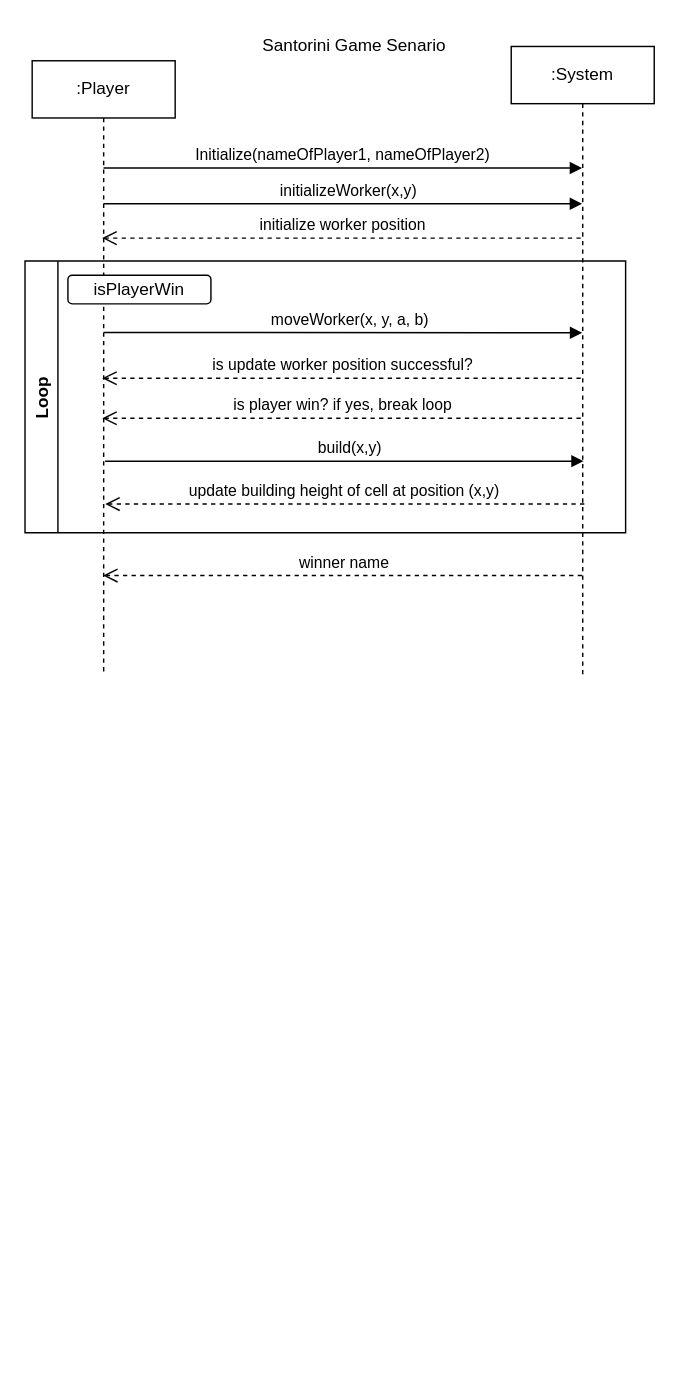
The draw.io diagram Sequence Diagram.drawio in RozayC/test, before the edit. Source tidied: cells renumbered, new cells numbered last; positions are measured from the earlier drawing's top-left corner, leaving out a move shared by most shapes. Both pictures are drawn from the tidied source at 143%, with x=0, y=0 at pixel (24, 31).
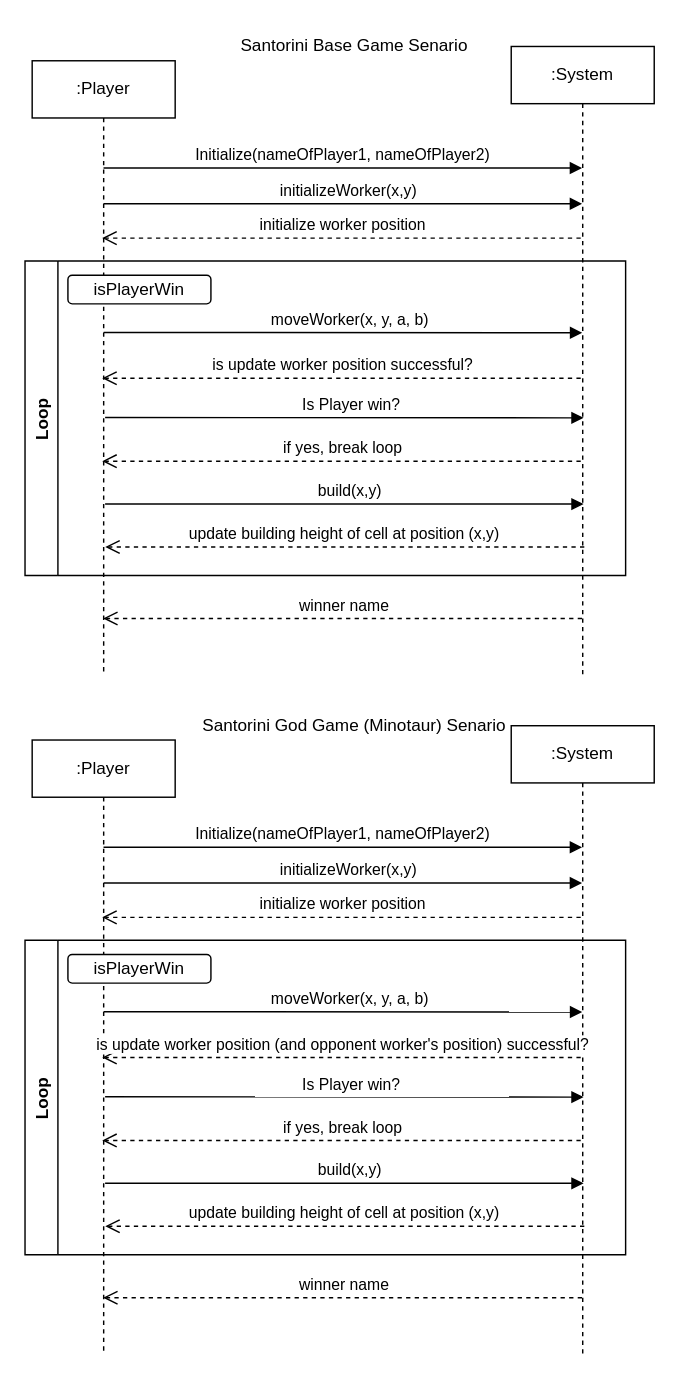
Above is the later version.

The edit, as a diff of the source:
```diff
@@
-    <mxCell id="5" value="Santorini Game Senario" style="text;html=1;align=center;verticalAlign=middle;fillColor=none;strokeColor=none;rounded=0;" parent="1" vertex="1">
-      <mxGeometry x="160" width="140" height="20" as="geometry" />
+    <mxCell id="5" value="Santorini Base Game Senario" style="text;html=1;align=center;verticalAlign=middle;fillColor=none;strokeColor=none;rounded=0;" parent="1" vertex="1">
+      <mxGeometry x="140" y="-5" width="180" height="30" as="geometry" />
     </mxCell>
@@
     <mxCell id="7" value="Loop" style="swimlane;horizontal=0;" parent="1" vertex="1">
-      <mxGeometry y="160" width="420" height="190" as="geometry" />
+      <mxGeometry y="160" width="420" height="220" as="geometry" />
     </mxCell>
@@
     <mxCell id="9" value="build(x,y)" style="html=1;verticalAlign=bottom;endArrow=block;edgeStyle=elbowEdgeStyle;elbow=vertical;curved=0;rounded=0;" parent="7" edge="1">
       <mxGeometry x="0.02" relative="1" as="geometry">
-        <mxPoint x="56" y="140" as="sourcePoint" />
-        <mxPoint x="390.6" y="140" as="targetPoint" />
+        <mxPoint x="56" y="170" as="sourcePoint" />
+        <mxPoint x="390.6" y="170" as="targetPoint" />
         <Array as="points">
-          <mxPoint x="221.1" y="140" />
+          <mxPoint x="221.1" y="170" />
         </Array>
       </mxGeometry>
     </mxCell>
     <mxCell id="10" value="update building height of cell at position (x,y)" style="html=1;verticalAlign=bottom;endArrow=open;dashed=1;endSize=8;edgeStyle=elbowEdgeStyle;elbow=vertical;curved=0;rounded=0;" parent="7" edge="1">
       <mxGeometry relative="1" as="geometry">
-        <mxPoint x="391.1" y="170" as="sourcePoint" />
-        <mxPoint x="56.1" y="170" as="targetPoint" />
+        <mxPoint x="391.1" y="200" as="sourcePoint" />
+        <mxPoint x="56.1" y="200" as="targetPoint" />
         <Array as="points">
+          <mxPoint x="361.1" y="200" />
           <mxPoint x="361.1" y="170" />
-          <mxPoint x="361.1" y="140" />
-          <mxPoint x="371.1" y="130" />
-          <mxPoint x="171.1" y="177" />
-          <mxPoint x="236.1" y="177" />
+          <mxPoint x="371.1" y="160" />
+          <mxPoint x="171.1" y="207" />
+          <mxPoint x="236.1" y="207" />
         </Array>
       </mxGeometry>
     </mxCell>
@@
-    <mxCell id="13" value="is player win? if yes, break loop" style="html=1;verticalAlign=bottom;endArrow=open;dashed=1;endSize=8;edgeStyle=elbowEdgeStyle;elbow=vertical;curved=0;rounded=0;" parent="7" edge="1">
+    <mxCell id="13" value="if yes, break loop" style="html=1;verticalAlign=bottom;endArrow=open;dashed=1;endSize=8;edgeStyle=elbowEdgeStyle;elbow=vertical;curved=0;rounded=0;" parent="7" edge="1">
       <mxGeometry relative="1" as="geometry">
-        <mxPoint x="388.6" y="110" as="sourcePoint" />
-        <mxPoint x="54" y="110" as="targetPoint" />
+        <mxPoint x="388.6" y="140" as="sourcePoint" />
+        <mxPoint x="54" y="140" as="targetPoint" />
         <Array as="points">
-          <mxPoint x="119.1" y="110" />
-          <mxPoint x="319.1" y="80" />
-          <mxPoint x="109.1" y="80" />
-          <mxPoint x="369.1" y="53" />
-          <mxPoint x="169.1" y="100" />
-          <mxPoint x="234.1" y="100" />
+          <mxPoint x="119.1" y="140" />
+          <mxPoint x="319.1" y="110" />
+          <mxPoint x="109.1" y="110" />
+          <mxPoint x="369.1" y="83" />
+          <mxPoint x="169.1" y="130" />
+          <mxPoint x="234.1" y="130" />
         </Array>
       </mxGeometry>
     </mxCell>
+    <mxCell id="16" value="Is Player win?" style="html=1;verticalAlign=bottom;endArrow=block;edgeStyle=elbowEdgeStyle;elbow=vertical;curved=0;rounded=0;exitX=0.499;exitY=0.563;exitDx=0;exitDy=0;exitPerimeter=0;" parent="7" edge="1">
+      <mxGeometry x="0.03" relative="1" as="geometry">
+        <mxPoint x="56" y="109.5" as="sourcePoint" />
+        <mxPoint x="390.6" y="109.7" as="targetPoint" />
+        <Array as="points">
+          <mxPoint x="101.1" y="109.7" />
+          <mxPoint x="91.1" y="109.7" />
+          <mxPoint x="121.1" y="79.7" />
+          <mxPoint x="91.1" y="79.7" />
+          <mxPoint x="341.1" y="49.7" />
+          <mxPoint x="171.1" y="49.7" />
+          <mxPoint x="226.1" y="39.7" />
+        </Array>
+      </mxGeometry>
+    </mxCell>
@@
     <mxCell id="15" value="winner name" style="html=1;verticalAlign=bottom;endArrow=open;dashed=1;endSize=8;edgeStyle=elbowEdgeStyle;elbow=vertical;curved=0;rounded=0;" parent="1" edge="1">
       <mxGeometry relative="1" as="geometry">
-        <mxPoint x="389.5" y="380" as="sourcePoint" />
-        <mxPoint x="54.6" y="380" as="targetPoint" />
+        <mxPoint x="389.5" y="410" as="sourcePoint" />
+        <mxPoint x="54.6" y="410" as="targetPoint" />
         <Array as="points">
-          <mxPoint x="170" y="380" />
-          <mxPoint x="225" y="400" />
-          <mxPoint x="175" y="390" />
-          <mxPoint x="110.1" y="380" />
-          <mxPoint x="310.1" y="350" />
-          <mxPoint x="100.1" y="350" />
-          <mxPoint x="360.1" y="323" />
-          <mxPoint x="160.1" y="370" />
-          <mxPoint x="225.1" y="370" />
+          <mxPoint x="170" y="410" />
+          <mxPoint x="225" y="430" />
+          <mxPoint x="175" y="420" />
+          <mxPoint x="110.1" y="410" />
+          <mxPoint x="310.1" y="380" />
+          <mxPoint x="100.1" y="380" />
+          <mxPoint x="360.1" y="353" />
+          <mxPoint x="160.1" y="400" />
+          <mxPoint x="225.1" y="400" />
         </Array>
       </mxGeometry>
     </mxCell>
+    <mxCell id="17" value=":Player" style="shape=umlLifeline;perimeter=lifelinePerimeter;whiteSpace=wrap;html=1;newEdgeStyle={&quot;edgeStyle&quot;:&quot;elbowEdgeStyle&quot;,&quot;elbow&quot;:&quot;vertical&quot;,&quot;curved&quot;:0,&quot;rounded&quot;:0};" parent="1" vertex="1">
+      <mxGeometry x="5" y="495" width="100" height="430" as="geometry" />
+    </mxCell>
+    <mxCell id="18" value=":System" style="shape=umlLifeline;perimeter=lifelinePerimeter;whiteSpace=wrap;html=1;newEdgeStyle={&quot;edgeStyle&quot;:&quot;elbowEdgeStyle&quot;,&quot;elbow&quot;:&quot;vertical&quot;,&quot;curved&quot;:0,&quot;rounded&quot;:0};" parent="1" vertex="1">
+      <mxGeometry x="340" y="485" width="100" height="440" as="geometry" />
+    </mxCell>
+    <mxCell id="19" value="Initialize(nameOfPlayer1, nameOfPlayer2)" style="html=1;verticalAlign=bottom;endArrow=block;edgeStyle=elbowEdgeStyle;elbow=vertical;curved=0;rounded=0;" parent="1" edge="1">
+      <mxGeometry relative="1" as="geometry">
+        <mxPoint x="54.9" y="570" as="sourcePoint" />
+        <mxPoint x="389.5" y="570" as="targetPoint" />
+        <Array as="points">
+          <mxPoint x="225" y="570" />
+        </Array>
+      </mxGeometry>
+    </mxCell>
+    <mxCell id="20" value="Santorini God Game (Minotaur) Senario" style="text;html=1;align=center;verticalAlign=middle;fillColor=none;strokeColor=none;rounded=0;" parent="1" vertex="1">
+      <mxGeometry x="110" y="470" width="240" height="30" as="geometry" />
+    </mxCell>
+    <mxCell id="21" value="initializeWorker(x,y)" style="html=1;verticalAlign=bottom;endArrow=block;edgeStyle=elbowEdgeStyle;elbow=vertical;curved=0;rounded=0;" parent="1" edge="1">
+      <mxGeometry x="0.02" relative="1" as="geometry">
+        <mxPoint x="54.9" y="595" as="sourcePoint" />
+        <mxPoint x="389.5" y="595" as="targetPoint" />
+        <Array as="points">
+          <mxPoint x="225" y="595" />
+        </Array>
+      </mxGeometry>
+    </mxCell>
+    <mxCell id="22" value="Loop" style="swimlane;horizontal=0;" parent="1" vertex="1">
+      <mxGeometry y="635" width="420" height="220" as="geometry" />
+    </mxCell>
+    <mxCell id="23" value="isPlayerWin" style="rounded=1;whiteSpace=wrap;html=1;" parent="22" vertex="1">
+      <mxGeometry x="30" y="10" width="100" height="20" as="geometry" />
+    </mxCell>
+    <mxCell id="24" value="build(x,y)" style="html=1;verticalAlign=bottom;endArrow=block;edgeStyle=elbowEdgeStyle;elbow=vertical;curved=0;rounded=0;" parent="22" edge="1">
+      <mxGeometry x="0.02" relative="1" as="geometry">
+        <mxPoint x="56" y="170" as="sourcePoint" />
+        <mxPoint x="390.6" y="170" as="targetPoint" />
+        <Array as="points">
+          <mxPoint x="221.1" y="170" />
+        </Array>
+      </mxGeometry>
+    </mxCell>
+    <mxCell id="25" value="update building height of cell at position (x,y)" style="html=1;verticalAlign=bottom;endArrow=open;dashed=1;endSize=8;edgeStyle=elbowEdgeStyle;elbow=vertical;curved=0;rounded=0;" parent="22" edge="1">
+      <mxGeometry relative="1" as="geometry">
+        <mxPoint x="391.1" y="200" as="sourcePoint" />
+        <mxPoint x="56.1" y="200" as="targetPoint" />
+        <Array as="points">
+          <mxPoint x="361.1" y="200" />
+          <mxPoint x="361.1" y="170" />
+          <mxPoint x="371.1" y="160" />
+          <mxPoint x="171.1" y="207" />
+          <mxPoint x="236.1" y="207" />
+        </Array>
+      </mxGeometry>
+    </mxCell>
+    <mxCell id="26" value="moveWorker(x, y, a, b)" style="html=1;verticalAlign=bottom;endArrow=block;edgeStyle=elbowEdgeStyle;elbow=vertical;curved=0;rounded=0;exitX=0.499;exitY=0.563;exitDx=0;exitDy=0;exitPerimeter=0;" parent="22" edge="1">
+      <mxGeometry x="0.03" relative="1" as="geometry">
+        <mxPoint x="55" y="50" as="sourcePoint" />
+        <mxPoint x="389.6" y="50.2" as="targetPoint" />
+        <Array as="points">
+          <mxPoint x="100.1" y="50.2" />
+          <mxPoint x="90.1" y="50.2" />
+          <mxPoint x="120.1" y="20.2" />
+          <mxPoint x="90.1" y="20.2" />
+          <mxPoint x="340.1" y="-9.8" />
+          <mxPoint x="170.1" y="-9.8" />
+          <mxPoint x="225.1" y="-19.8" />
+        </Array>
+      </mxGeometry>
+    </mxCell>
+    <mxCell id="27" value="is update worker position (and opponent worker's position) successful?" style="html=1;verticalAlign=bottom;endArrow=open;dashed=1;endSize=8;edgeStyle=elbowEdgeStyle;elbow=vertical;curved=0;rounded=0;" parent="22" edge="1">
+      <mxGeometry relative="1" as="geometry">
+        <mxPoint x="388.6" y="82" as="sourcePoint" />
+        <mxPoint x="54" y="82" as="targetPoint" />
+        <Array as="points">
+          <mxPoint x="119.1" y="82" />
+          <mxPoint x="319.1" y="52" />
+          <mxPoint x="109.1" y="52" />
+          <mxPoint x="369.1" y="25" />
+          <mxPoint x="169.1" y="72" />
+          <mxPoint x="234.1" y="72" />
+        </Array>
+      </mxGeometry>
+    </mxCell>
+    <mxCell id="28" value="if yes, break loop" style="html=1;verticalAlign=bottom;endArrow=open;dashed=1;endSize=8;edgeStyle=elbowEdgeStyle;elbow=vertical;curved=0;rounded=0;" parent="22" edge="1">
+      <mxGeometry relative="1" as="geometry">
+        <mxPoint x="388.6" y="140" as="sourcePoint" />
+        <mxPoint x="54" y="140" as="targetPoint" />
+        <Array as="points">
+          <mxPoint x="119.1" y="140" />
+          <mxPoint x="319.1" y="110" />
+          <mxPoint x="109.1" y="110" />
+          <mxPoint x="369.1" y="83" />
+          <mxPoint x="169.1" y="130" />
+          <mxPoint x="234.1" y="130" />
+        </Array>
+      </mxGeometry>
+    </mxCell>
+    <mxCell id="29" value="Is Player win?" style="html=1;verticalAlign=bottom;endArrow=block;edgeStyle=elbowEdgeStyle;elbow=vertical;curved=0;rounded=0;exitX=0.499;exitY=0.563;exitDx=0;exitDy=0;exitPerimeter=0;" parent="22" edge="1">
+      <mxGeometry x="0.03" relative="1" as="geometry">
+        <mxPoint x="56" y="109.5" as="sourcePoint" />
+        <mxPoint x="390.6" y="109.7" as="targetPoint" />
+        <Array as="points">
+          <mxPoint x="101.1" y="109.7" />
+          <mxPoint x="91.1" y="109.7" />
+          <mxPoint x="121.1" y="79.7" />
+          <mxPoint x="91.1" y="79.7" />
+          <mxPoint x="341.1" y="49.7" />
+          <mxPoint x="171.1" y="49.7" />
+          <mxPoint x="226.1" y="39.7" />
+        </Array>
+      </mxGeometry>
+    </mxCell>
+    <mxCell id="30" value="initialize worker position" style="html=1;verticalAlign=bottom;endArrow=open;dashed=1;endSize=8;edgeStyle=elbowEdgeStyle;elbow=vertical;curved=0;rounded=0;" parent="1" edge="1">
+      <mxGeometry relative="1" as="geometry">
+        <mxPoint x="388.6" y="619" as="sourcePoint" />
+        <mxPoint x="54" y="619" as="targetPoint" />
+        <Array as="points">
+          <mxPoint x="119.1" y="619" />
+          <mxPoint x="319.1" y="589" />
+          <mxPoint x="109.1" y="589" />
+          <mxPoint x="369.1" y="562" />
+          <mxPoint x="169.1" y="609" />
+          <mxPoint x="234.1" y="609" />
+        </Array>
+      </mxGeometry>
+    </mxCell>
+    <mxCell id="31" value="winner name" style="html=1;verticalAlign=bottom;endArrow=open;dashed=1;endSize=8;edgeStyle=elbowEdgeStyle;elbow=vertical;curved=0;rounded=0;" parent="1" edge="1">
+      <mxGeometry relative="1" as="geometry">
+        <mxPoint x="389.5" y="885" as="sourcePoint" />
+        <mxPoint x="54.6" y="885" as="targetPoint" />
+        <Array as="points">
+          <mxPoint x="170" y="885" />
+          <mxPoint x="225" y="905" />
+          <mxPoint x="175" y="895" />
+          <mxPoint x="110.1" y="885" />
+          <mxPoint x="310.1" y="855" />
+          <mxPoint x="100.1" y="855" />
+          <mxPoint x="360.1" y="828" />
+          <mxPoint x="160.1" y="875" />
+          <mxPoint x="225.1" y="875" />
+        </Array>
+      </mxGeometry>
+    </mxCell>
```
